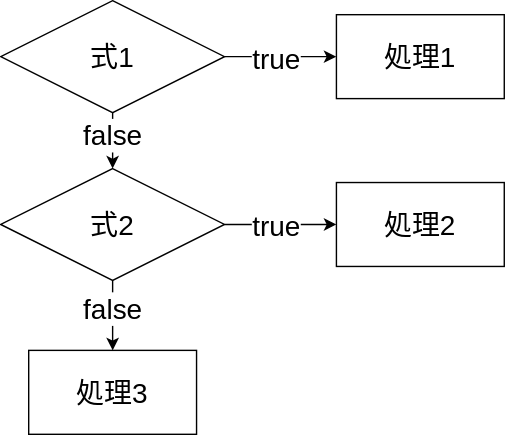
Above: docs/07-if-statement/flowchart.drawio.svg in ut-code/utcode-starter (draw.io), before the change. Source tidied: cells renumbered, new cells last; positions are measured from the earlier drawing's top-left corner, leaving out a move shared by most shapes.
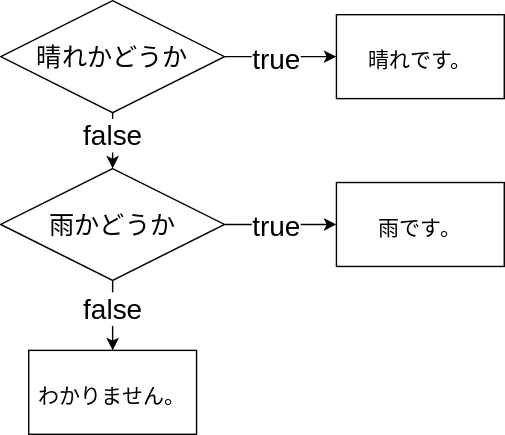
Above is the later version.

What changed in the source:
```diff
@@ -14,16 +14,16 @@
     <mxCell id="5" value="true" style="edgeLabel;html=1;align=center;verticalAlign=middle;fontSize=20;" parent="4" vertex="1">
       <mxGeometry x="-0.1" relative="1" as="geometry" />
     </mxCell>
-    <mxCell id="6" value="式1" style="rhombus;whiteSpace=wrap;html=1;fontSize=20;" parent="1" vertex="1">
+    <mxCell id="6" value="&lt;font style=&quot;font-size: 18px;&quot;&gt;晴れかどうか&lt;/font&gt;" style="rhombus;whiteSpace=wrap;html=1;fontSize=20;" parent="1" vertex="1">
       <mxGeometry width="160" height="80" as="geometry" />
     </mxCell>
-    <mxCell id="7" value="式2" style="rhombus;whiteSpace=wrap;html=1;fontSize=20;" parent="1" vertex="1">
+    <mxCell id="7" value="&lt;font style=&quot;font-size: 18px;&quot;&gt;雨かどうか&lt;/font&gt;" style="rhombus;whiteSpace=wrap;html=1;fontSize=20;" parent="1" vertex="1">
       <mxGeometry y="120" width="160" height="80" as="geometry" />
     </mxCell>
-    <mxCell id="8" value="処理1" style="rounded=0;whiteSpace=wrap;html=1;fontSize=20;" parent="1" vertex="1">
+    <mxCell id="8" value="&lt;font style=&quot;font-size: 15px;&quot;&gt;晴れです。&lt;/font&gt;" style="rounded=0;whiteSpace=wrap;html=1;fontSize=20;" parent="1" vertex="1">
       <mxGeometry x="240" y="10" width="120" height="60" as="geometry" />
     </mxCell>
-    <mxCell id="9" value="処理2" style="rounded=0;whiteSpace=wrap;html=1;fontSize=20;" parent="1" vertex="1">
+    <mxCell id="9" value="&lt;font style=&quot;font-size: 15px;&quot;&gt;雨です。&lt;/font&gt;" style="rounded=0;whiteSpace=wrap;html=1;fontSize=20;" parent="1" vertex="1">
       <mxGeometry x="240" y="130" width="120" height="60" as="geometry" />
     </mxCell>
     <mxCell id="10" style="edgeStyle=orthogonalEdgeStyle;rounded=0;jettySize=auto;html=1;fontSize=20;" parent="1" edge="1" source="7" target="9">
@@ -32,7 +32,7 @@
     <mxCell id="11" value="true" style="edgeLabel;html=1;align=center;verticalAlign=middle;fontSize=20;" parent="10" vertex="1">
       <mxGeometry x="-0.1" relative="1" as="geometry" />
     </mxCell>
-    <mxCell id="12" value="処理3" style="rounded=0;whiteSpace=wrap;html=1;fontSize=20;" parent="1" vertex="1">
+    <mxCell id="12" value="&lt;font style=&quot;font-size: 15px;&quot;&gt;わかりません。&lt;/font&gt;" style="rounded=0;whiteSpace=wrap;html=1;fontSize=20;" parent="1" vertex="1">
       <mxGeometry x="20" y="250" width="120" height="60" as="geometry" />
     </mxCell>
     <mxCell id="13" style="edgeStyle=orthogonalEdgeStyle;rounded=0;jettySize=auto;html=1;fontSize=20;" parent="1" edge="1" source="7" target="12">
```
